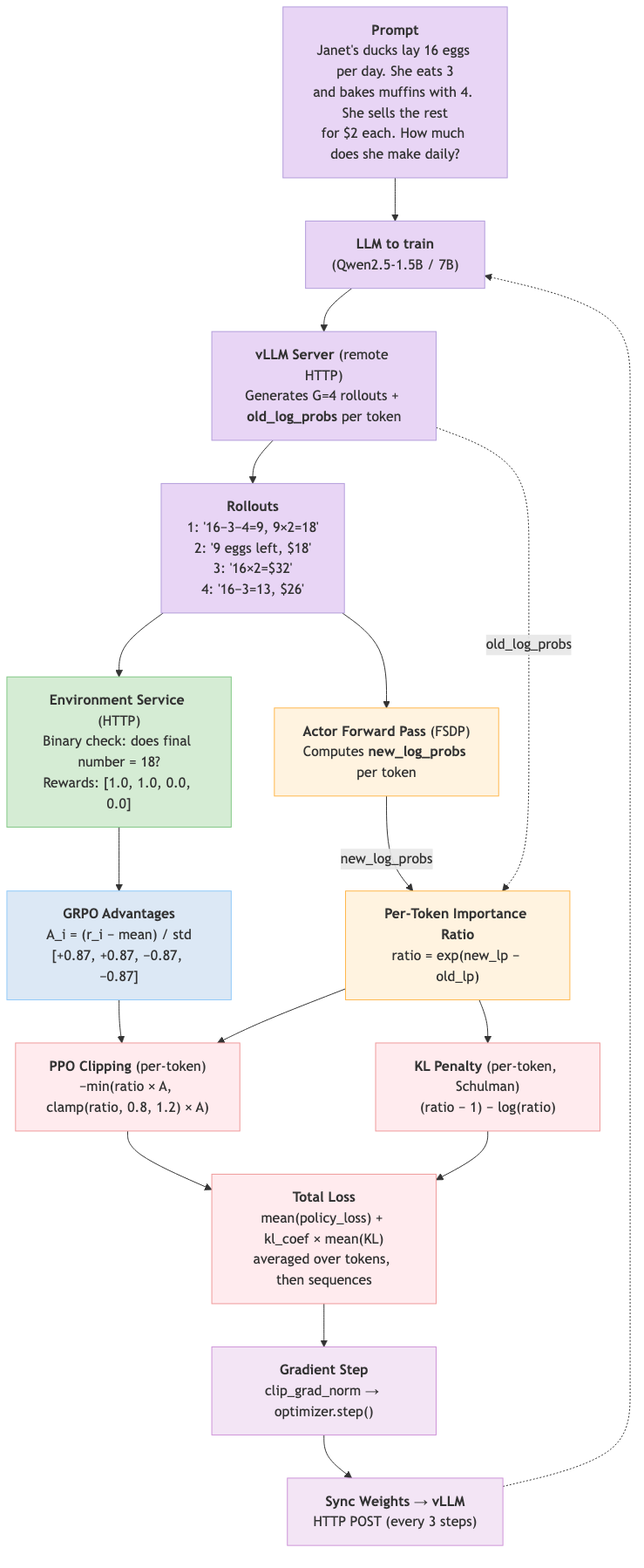
Above: docs/presentation/grpo_overview_custom.png in harishvs/rl_grpo_qwen_math (Mermaid), before the change. Its source is kept beside it as docs/presentation/grpo_overview_custom.mmd. Its diagram source:
```mermaid
flowchart TD
    P["<b>Prompt</b><br/>Janet's ducks lay 16 eggs per day. She eats 3<br/>and bakes muffins with 4. She sells the rest<br/>for $2 each. How much does she make daily?"]

    LLM["<b>LLM to train</b><br/>(Qwen2.5-1.5B / 7B)"]
    P --> LLM

    VLLM["<b>vLLM Server</b> (remote HTTP)<br/>Generates G=4 rollouts + <b>old_log_probs</b> per token"]
    LLM --> VLLM

    ROLLOUTS["<b>Rollouts</b><br/>1: '16−3−4=9, 9×2=18'<br/>2: '9 eggs left, $18'<br/>3: '16×2=$32'<br/>4: '16−3=13, $26'"]
    VLLM --> ROLLOUTS

    ENV["<b>Environment Service</b> (HTTP)<br/>Binary check: does final number = 18?<br/>Rewards: [1.0, 1.0, 0.0, 0.0]"]
    ROLLOUTS --> ENV

    GRPO["<b>GRPO Advantages</b><br/>A_i = (r_i − mean) / std<br/>[+0.87, +0.87, −0.87, −0.87]"]
    ENV --> GRPO

    ACTOR["<b>Actor Forward Pass</b> (FSDP)<br/>Computes <b>new_log_probs</b> per token"]
    ROLLOUTS --> ACTOR

    RATIO["<b>Per-Token Importance Ratio</b><br/>ratio = exp(new_lp − old_lp)"]
    ACTOR -->|new_log_probs| RATIO
    VLLM -.->|old_log_probs| RATIO

    CLIP["<b>PPO Clipping</b> (per-token)<br/>−min(ratio × A, clamp(ratio, 0.8, 1.2) × A)"]
    RATIO --> CLIP
    GRPO --> CLIP

    KL["<b>KL Penalty</b> (per-token, Schulman)<br/>(ratio − 1) − log(ratio)"]
    RATIO --> KL

    TOTAL["<b>Total Loss</b><br/>mean(policy_loss) + kl_coef × mean(KL)<br/>averaged over tokens, then sequences"]
    CLIP --> TOTAL
    KL --> TOTAL

    GRAD["<b>Gradient Step</b><br/>clip_grad_norm → optimizer.step()"]
    TOTAL --> GRAD

    SYNC["<b>Sync Weights → vLLM</b><br/>HTTP POST (every 3 steps)"]
    GRAD --> SYNC
    SYNC -.-> LLM

    style P fill:#e8d5f5,stroke:#b39ddb
    style LLM fill:#e8d5f5,stroke:#b39ddb
    style VLLM fill:#e8d5f5,stroke:#b39ddb
    style ROLLOUTS fill:#e8d5f5,stroke:#b39ddb
    style ENV fill:#d5ecd4,stroke:#81c784
    style GRPO fill:#dce8f5,stroke:#90caf9
    style ACTOR fill:#fff3e0,stroke:#ffb74d
    style RATIO fill:#fff3e0,stroke:#ffb74d
    style CLIP fill:#ffebee,stroke:#ef9a9a
    style KL fill:#ffebee,stroke:#ef9a9a
    style TOTAL fill:#ffebee,stroke:#ef9a9a
    style GRAD fill:#f3e5f5,stroke:#ce93d8
    style SYNC fill:#f3e5f5,stroke:#ce93d8
```
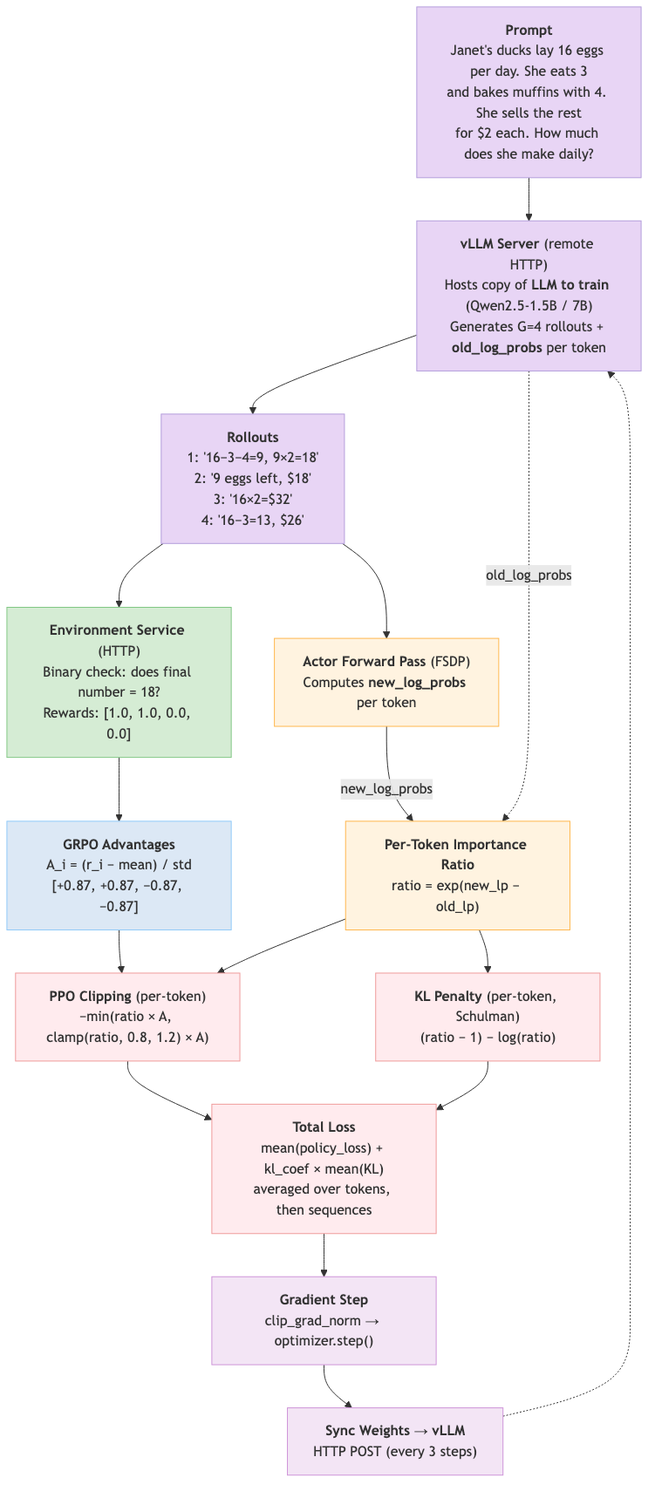
Later version of the same file.

Commit message:
fixed the grpo diag

What changed in the source:
```diff
@@ -1,11 +1,8 @@
 flowchart TD
     P["<b>Prompt</b><br/>Janet's ducks lay 16 eggs per day. She eats 3<br/>and bakes muffins with 4. She sells the rest<br/>for $2 each. How much does she make daily?"]
 
-    LLM["<b>LLM to train</b><br/>(Qwen2.5-1.5B / 7B)"]
-    P --> LLM
-
-    VLLM["<b>vLLM Server</b> (remote HTTP)<br/>Generates G=4 rollouts + <b>old_log_probs</b> per token"]
-    LLM --> VLLM
+    VLLM["<b>vLLM Server</b> (remote HTTP)<br/>Hosts copy of <b>LLM to train</b> (Qwen2.5-1.5B / 7B)<br/>Generates G=4 rollouts + <b>old_log_probs</b> per token"]
+    P --> VLLM
 
     ROLLOUTS["<b>Rollouts</b><br/>1: '16−3−4=9, 9×2=18'<br/>2: '9 eggs left, $18'<br/>3: '16×2=$32'<br/>4: '16−3=13, $26'"]
     VLLM --> ROLLOUTS
@@ -39,10 +36,9 @@
 
     SYNC["<b>Sync Weights → vLLM</b><br/>HTTP POST (every 3 steps)"]
     GRAD --> SYNC
-    SYNC -.-> LLM
+    SYNC -.-> VLLM
 
     style P fill:#e8d5f5,stroke:#b39ddb
-    style LLM fill:#e8d5f5,stroke:#b39ddb
     style VLLM fill:#e8d5f5,stroke:#b39ddb
     style ROLLOUTS fill:#e8d5f5,stroke:#b39ddb
     style ENV fill:#d5ecd4,stroke:#81c784
```
